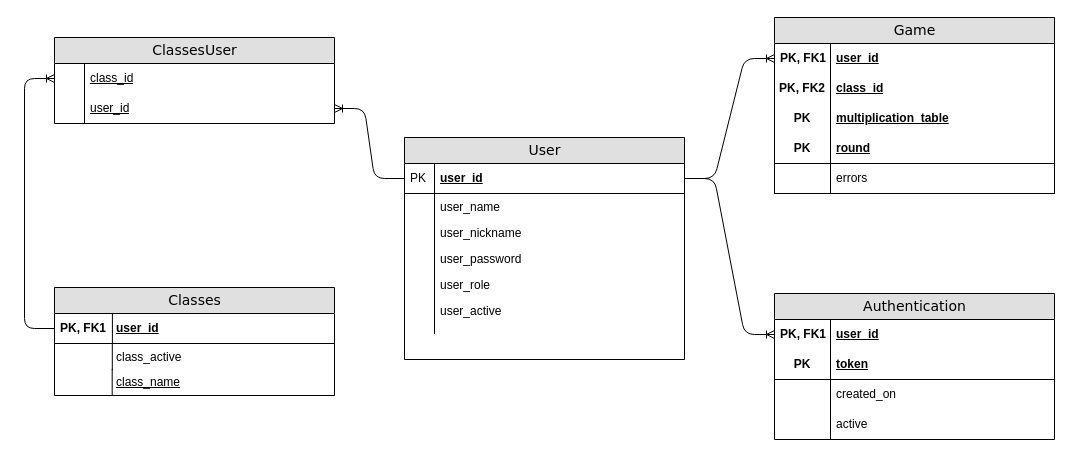
Above: diagrama-entidade-relacionamento.drawio in dramos93/tcc-back-end (draw.io), before the change. Source tidied: cells renumbered, new cells numbered last; positions are measured from the earlier drawing's top-left corner, leaving out a move shared by most shapes. Both pictures are drawn from the tidied source at 100%, with x=0, y=0 at pixel (24, 17).
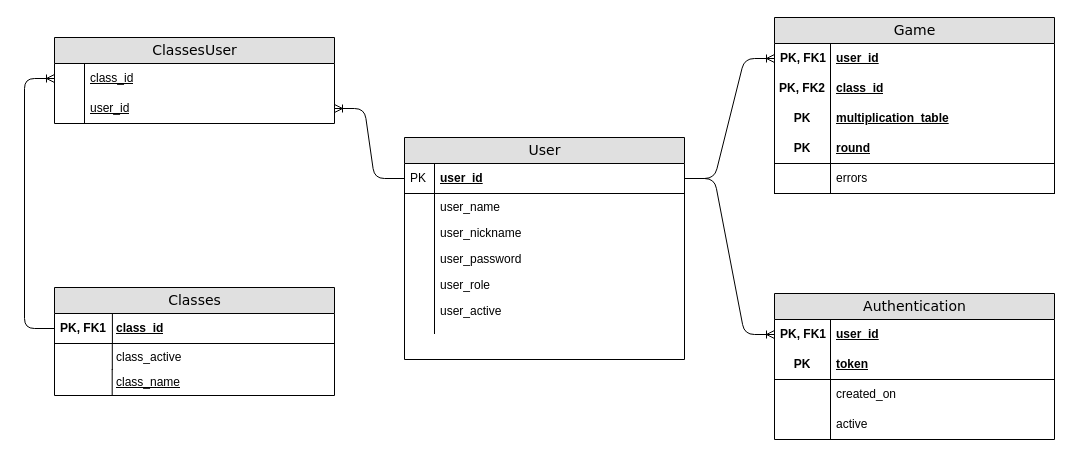
Above is the later version.

Unchanged cells that the change refers to:
```xml
<mxCell id="2" value="Classes" style="swimlane;html=1;fontStyle=0;horizontal=1;startSize=26;fillColor=#e0e0e0;swimlaneFillColor=#ffffff;align=center;rounded=0;shadow=0;comic=0;labelBackgroundColor=none;strokeWidth=1;fontFamily=Verdana;fontSize=14;" parent="1" vertex="1">
  <mxGeometry x="30" y="270" width="280" height="108" as="geometry" />
</mxCell>
```

Diff of the diagram source:
```diff
@@
-    <mxCell id="3" value="user_id" style="shape=partialRectangle;top=0;left=0;right=0;bottom=1;html=1;align=left;verticalAlign=middle;fillColor=none;spacingLeft=60;spacingRight=4;whiteSpace=wrap;overflow=hidden;points=[[0,0.5],[1,0.5]];portConstraint=eastwest;fontStyle=5;strokeColor=default;noLabel=0;portConstraintRotation=0;snapToPoint=0;fixDash=0;comic=0;enumerate=0;fixedWidth=0;shadow=0;" parent="2" vertex="1">
+    <mxCell id="3" value="class_id" style="shape=partialRectangle;top=0;left=0;right=0;bottom=1;html=1;align=left;verticalAlign=middle;fillColor=none;spacingLeft=60;spacingRight=4;whiteSpace=wrap;overflow=hidden;points=[[0,0.5],[1,0.5]];portConstraint=eastwest;fontStyle=5;strokeColor=default;noLabel=0;portConstraintRotation=0;snapToPoint=0;fixDash=0;comic=0;enumerate=0;fixedWidth=0;shadow=0;" parent="2" vertex="1">
       <mxGeometry y="26" width="280" height="30" as="geometry" />
     </mxCell>
```
